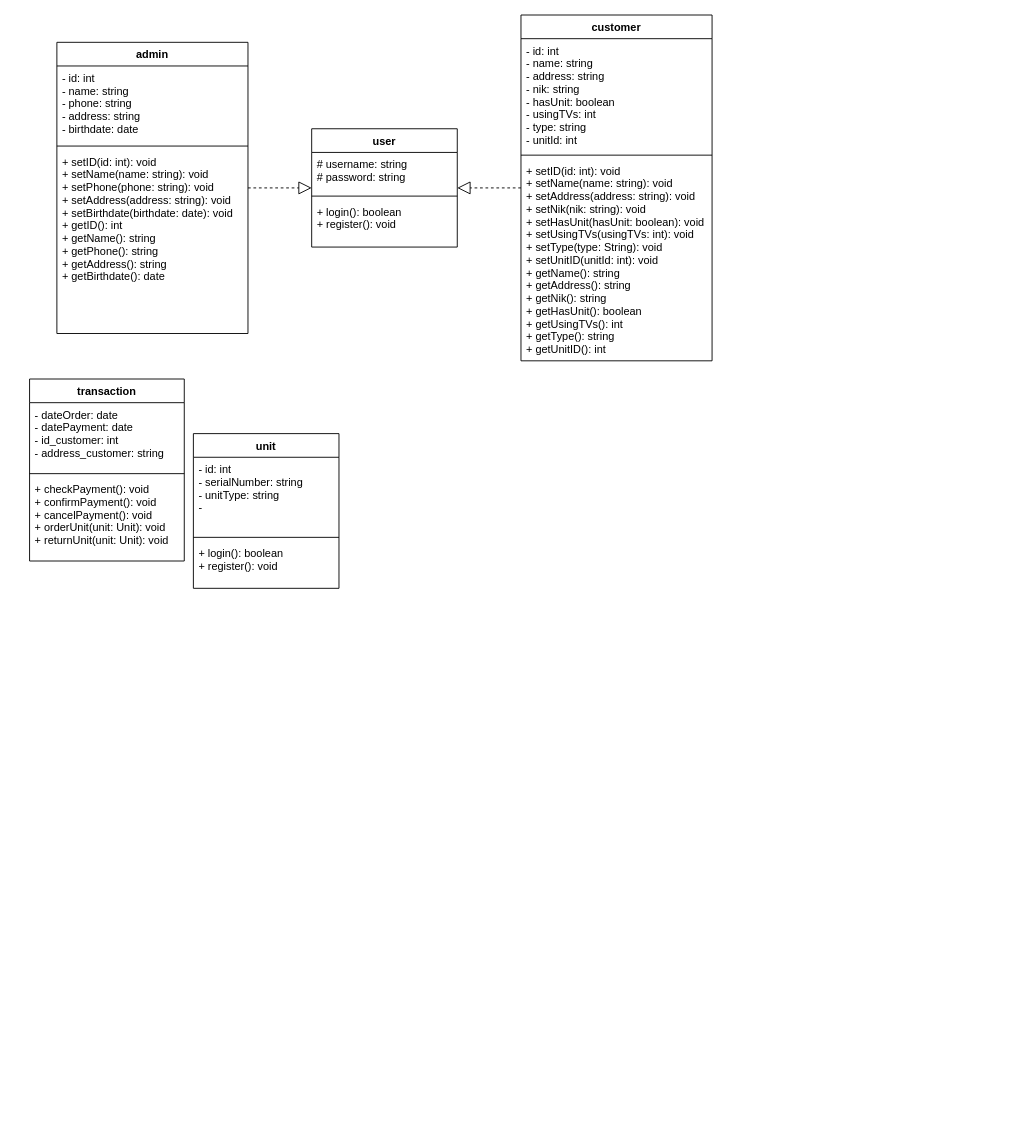
Before: page "Page-3" (2 of 2) of RPLGading.drawio in fazrigading/fazrigading, a draw.io diagram. Source tidied: cells renumbered, new cells numbered last; positions are measured from the earlier drawing's top-left corner, leaving out a move shared by most shapes. Both pictures are drawn from the tidied source at 91%, with x=0, y=0 at pixel (29, 15).
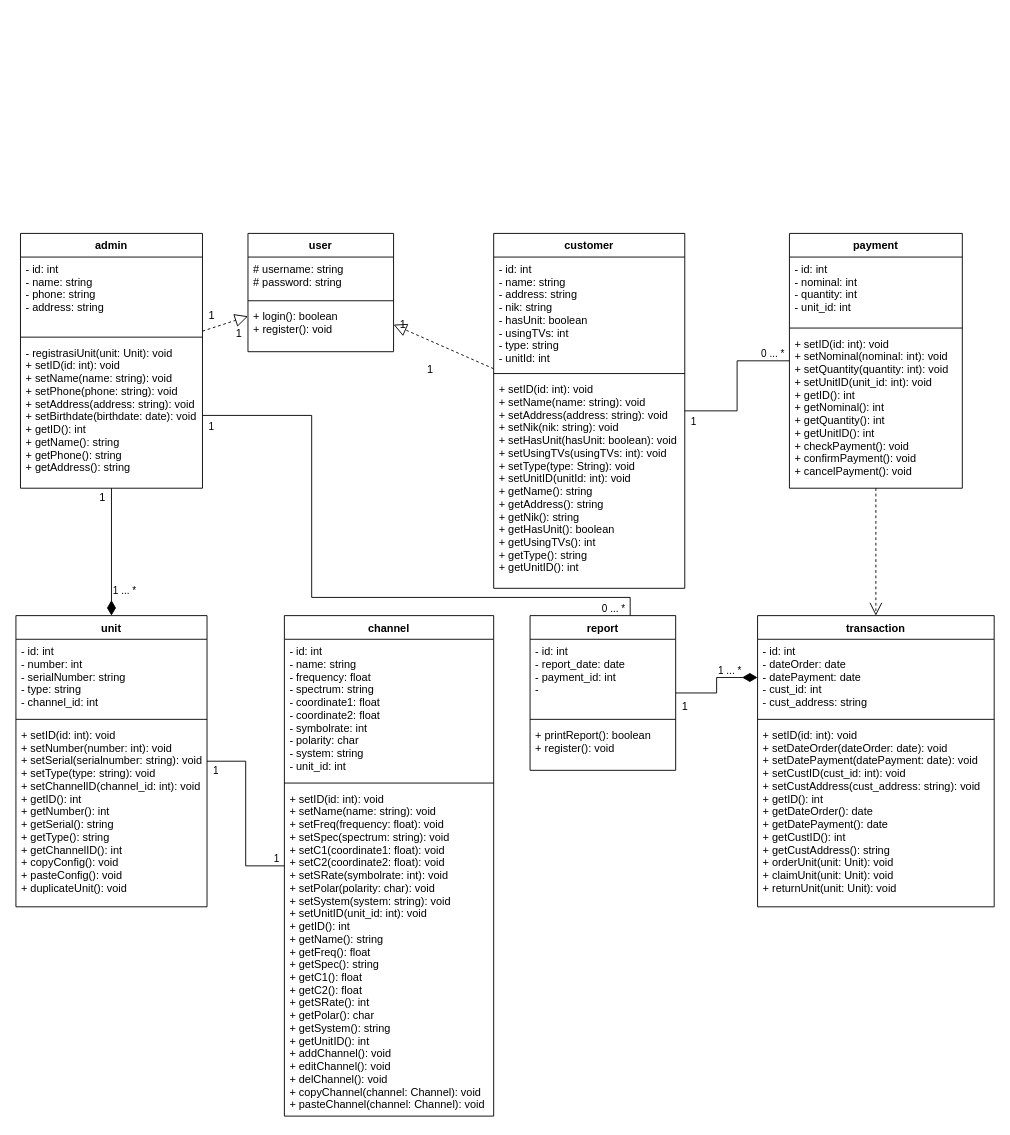
Above is the later version.

Diff of the diagram source:
```diff
@@
     <mxCell id="2" value="admin" style="swimlane;fontStyle=1;align=center;verticalAlign=top;horizontal=1;startSize=26;rounded=0;shadow=0;sketch=0;strokeColor=default;fillColor=default;gradientColor=none;" parent="1" vertex="1">
-      <mxGeometry x="30" y="30" width="210" height="320" as="geometry" />
+      <mxGeometry x="-10" y="240" width="200" height="280" as="geometry" />
     </mxCell>
-    <mxCell id="3" value="- id: int&#10;- name: string&#10;- phone: string&#10;- address: string&#10;- birthdate: date" style="text;strokeColor=none;fillColor=none;align=left;verticalAlign=top;spacingLeft=4;spacingRight=4;overflow=hidden;rounded=0;shadow=0;sketch=0;" parent="2" vertex="1">
-      <mxGeometry y="26" width="210" height="84" as="geometry" />
+    <mxCell id="3" value="- id: int&#10;- name: string&#10;- phone: string&#10;- address: string" style="text;strokeColor=none;fillColor=none;align=left;verticalAlign=top;spacingLeft=4;spacingRight=4;overflow=hidden;rounded=0;shadow=0;sketch=0;" parent="2" vertex="1">
+      <mxGeometry y="26" width="200" height="84" as="geometry" />
     </mxCell>
     <mxCell id="4" style="line;strokeWidth=1;fillColor=none;align=left;verticalAlign=middle;spacingTop=-1;spacingLeft=3;spacingRight=3;labelPosition=right;rounded=0;shadow=0;sketch=0;" parent="2" vertex="1">
-      <mxGeometry y="110" width="210" height="8" as="geometry" />
+      <mxGeometry y="110" width="200" height="8" as="geometry" />
     </mxCell>
-    <mxCell id="5" value="+ setID(id: int): void&#10;+ setName(name: string): void&#10;+ setPhone(phone: string): void&#10;+ setAddress(address: string): void&#10;+ setBirthdate(birthdate: date): void&#10;+ getID(): int&#10;+ getName(): string&#10;+ getPhone(): string&#10;+ getAddress(): string&#10;+ getBirthdate(): date" style="text;strokeColor=none;fillColor=none;align=left;verticalAlign=top;spacingLeft=4;spacingRight=4;overflow=hidden;rounded=0;shadow=0;sketch=0;" parent="2" vertex="1">
-      <mxGeometry y="118" width="210" height="202" as="geometry" />
+    <mxCell id="5" value="- registrasiUnit(unit: Unit): void&#10;+ setID(id: int): void&#10;+ setName(name: string): void&#10;+ setPhone(phone: string): void&#10;+ setAddress(address: string): void&#10;+ setBirthdate(birthdate: date): void&#10;+ getID(): int&#10;+ getName(): string&#10;+ getPhone(): string&#10;+ getAddress(): string" style="text;strokeColor=none;fillColor=none;align=left;verticalAlign=top;spacingLeft=4;spacingRight=4;overflow=hidden;rounded=0;shadow=0;sketch=0;" parent="2" vertex="1">
+      <mxGeometry y="118" width="200" height="162" as="geometry" />
     </mxCell>
     <mxCell id="6" value="customer" style="swimlane;fontStyle=1;align=center;verticalAlign=top;horizontal=1;startSize=26;rounded=0;shadow=0;sketch=0;strokeColor=default;fillColor=default;gradientColor=none;" parent="1" vertex="1">
-      <mxGeometry x="540" width="210" height="380" as="geometry" />
+      <mxGeometry x="510" y="240" width="210" height="390" as="geometry" />
     </mxCell>
@@
     <mxCell id="9" value="+ setID(id: int): void&#10;+ setName(name: string): void&#10;+ setAddress(address: string): void&#10;+ setNik(nik: string): void&#10;+ setHasUnit(hasUnit: boolean): void&#10;+ setUsingTVs(usingTVs: int): void&#10;+ setType(type: String): void&#10;+ setUnitID(unitId: int): void&#10;+ getName(): string&#10;+ getAddress(): string&#10;+ getNik(): string&#10;+ getHasUnit(): boolean&#10;+ getUsingTVs(): int&#10;+ getType(): string&#10;+ getUnitID(): int&#10;" style="text;strokeColor=none;fillColor=none;align=left;verticalAlign=top;spacingLeft=4;spacingRight=4;overflow=hidden;rounded=0;shadow=0;sketch=0;" parent="6" vertex="1">
-      <mxGeometry y="158" width="210" height="222" as="geometry" />
+      <mxGeometry y="158" width="210" height="232" as="geometry" />
     </mxCell>
     <mxCell id="10" value="transaction" style="swimlane;fontStyle=1;align=center;verticalAlign=top;horizontal=1;startSize=26;rounded=0;shadow=0;sketch=0;strokeColor=default;fillColor=default;gradientColor=none;" parent="1" vertex="1">
-      <mxGeometry y="400" width="170" height="200" as="geometry" />
+      <mxGeometry x="800" y="660" width="260" height="320" as="geometry" />
     </mxCell>
-    <mxCell id="11" value="- dateOrder: date&#10;- datePayment: date&#10;- id_customer: int&#10;- address_customer: string" style="text;strokeColor=none;fillColor=none;align=left;verticalAlign=top;spacingLeft=4;spacingRight=4;overflow=hidden;points=[[0,0.5],[1,0.5]];portConstraint=eastwest;rounded=0;shadow=0;sketch=0;" parent="10" vertex="1">
-      <mxGeometry y="26" width="170" height="74" as="geometry" />
+    <mxCell id="11" value="- id: int&#10;- dateOrder: date&#10;- datePayment: date&#10;- cust_id: int&#10;- cust_address: string" style="text;strokeColor=none;fillColor=none;align=left;verticalAlign=top;spacingLeft=4;spacingRight=4;overflow=hidden;points=[[0,0.5],[1,0.5]];portConstraint=eastwest;rounded=0;shadow=0;sketch=0;" parent="10" vertex="1">
+      <mxGeometry y="26" width="260" height="84" as="geometry" />
     </mxCell>
     <mxCell id="12" style="line;strokeWidth=1;fillColor=none;align=left;verticalAlign=middle;spacingTop=-1;spacingLeft=3;spacingRight=3;labelPosition=right;rounded=0;shadow=0;sketch=0;" parent="10" vertex="1">
-      <mxGeometry y="100" width="170" height="8" as="geometry" />
+      <mxGeometry y="110" width="260" height="8" as="geometry" />
     </mxCell>
-    <mxCell id="13" value="+ checkPayment(): void&#10;+ confirmPayment(): void&#10;+ cancelPayment(): void&#10;+ orderUnit(unit: Unit): void&#10;+ returnUnit(unit: Unit): void" style="text;strokeColor=none;fillColor=none;align=left;verticalAlign=top;spacingLeft=4;spacingRight=4;overflow=hidden;rounded=0;shadow=0;sketch=0;" parent="10" vertex="1">
-      <mxGeometry y="108" width="170" height="92" as="geometry" />
+    <mxCell id="13" value="+ setID(id: int): void&#10;+ setDateOrder(dateOrder: date): void&#10;+ setDatePayment(datePayment: date): void&#10;+ setCustID(cust_id: int): void&#10;+ setCustAddress(cust_address: string): void&#10;+ getID(): int&#10;+ getDateOrder(): date&#10;+ getDatePayment(): date&#10;+ getCustID(): int&#10;+ getCustAddress(): string&#10;+ orderUnit(unit: Unit): void&#10;+ claimUnit(unit: Unit): void&#10;+ returnUnit(unit: Unit): void" style="text;strokeColor=none;fillColor=none;align=left;verticalAlign=top;spacingLeft=4;spacingRight=4;overflow=hidden;rounded=0;shadow=0;sketch=0;" parent="10" vertex="1">
+      <mxGeometry y="118" width="260" height="202" as="geometry" />
     </mxCell>
     <mxCell id="14" value="user" style="swimlane;fontStyle=1;align=center;verticalAlign=top;horizontal=1;startSize=26;rounded=0;shadow=0;sketch=0;strokeColor=default;fillColor=default;gradientColor=none;" parent="1" vertex="1">
-      <mxGeometry x="310" y="125" width="160" height="130" as="geometry" />
+      <mxGeometry x="240" y="240" width="160" height="130" as="geometry" />
     </mxCell>
@@
     <mxCell id="18" value="unit" style="swimlane;fontStyle=1;align=center;verticalAlign=top;horizontal=1;startSize=26;rounded=0;shadow=0;sketch=0;strokeColor=default;fillColor=default;gradientColor=none;" parent="1" vertex="1">
-      <mxGeometry x="180" y="460" width="160" height="170" as="geometry" />
+      <mxGeometry x="-15" y="660" width="210" height="320" as="geometry" />
     </mxCell>
-    <mxCell id="19" value="- id: int&#10;- serialNumber: string&#10;- unitType: string&#10;- " style="text;strokeColor=none;fillColor=none;align=left;verticalAlign=top;spacingLeft=4;spacingRight=4;overflow=hidden;rounded=0;shadow=0;sketch=0;" parent="18" vertex="1">
-      <mxGeometry y="26" width="160" height="84" as="geometry" />
+    <mxCell id="19" value="- id: int&#10;- number: int&#10;- serialNumber: string&#10;- type: string&#10;- channel_id: int" style="text;strokeColor=none;fillColor=none;align=left;verticalAlign=top;spacingLeft=4;spacingRight=4;overflow=hidden;rounded=0;shadow=0;sketch=0;" parent="18" vertex="1">
+      <mxGeometry y="26" width="210" height="84" as="geometry" />
     </mxCell>
     <mxCell id="20" style="line;strokeWidth=1;fillColor=none;align=left;verticalAlign=middle;spacingTop=-1;spacingLeft=3;spacingRight=3;labelPosition=right;rounded=0;shadow=0;sketch=0;" parent="18" vertex="1">
-      <mxGeometry y="110" width="160" height="8" as="geometry" />
+      <mxGeometry y="110" width="210" height="8" as="geometry" />
     </mxCell>
-    <mxCell id="21" value="+ login(): boolean&#10;+ register(): void" style="text;strokeColor=none;fillColor=none;align=left;verticalAlign=top;spacingLeft=4;spacingRight=4;overflow=hidden;rounded=0;shadow=0;sketch=0;" parent="18" vertex="1">
-      <mxGeometry y="118" width="160" height="52" as="geometry" />
+    <mxCell id="21" value="+ setID(id: int): void&#10;+ setNumber(number: int): void&#10;+ setSerial(serialnumber: string): void&#10;+ setType(type: string): void&#10;+ setChannelID(channel_id: int): void&#10;+ getID(): int&#10;+ getNumber(): int&#10;+ getSerial(): string&#10;+ getType(): string&#10;+ getChannelID(): int&#10;+ copyConfig(): void&#10;+ pasteConfig(): void&#10;+ duplicateUnit(): void&#10;" style="text;strokeColor=none;fillColor=none;align=left;verticalAlign=top;spacingLeft=4;spacingRight=4;overflow=hidden;rounded=0;shadow=0;sketch=0;" parent="18" vertex="1">
+      <mxGeometry y="118" width="210" height="202" as="geometry" />
     </mxCell>
@@
+    <mxCell id="24" value="channel&#10;" style="swimlane;fontStyle=1;align=center;verticalAlign=top;horizontal=1;startSize=26;rounded=0;shadow=0;sketch=0;strokeColor=default;fillColor=default;gradientColor=none;" parent="1" vertex="1">
+      <mxGeometry x="280" y="660" width="230" height="550" as="geometry" />
+    </mxCell>
+    <mxCell id="25" value="- id: int&#10;- name: string&#10;- frequency: float&#10;- spectrum: string&#10;- coordinate1: float&#10;- coordinate2: float&#10;- symbolrate: int&#10;- polarity: char&#10;- system: string&#10;- unit_id: int" style="text;strokeColor=none;fillColor=none;align=left;verticalAlign=top;spacingLeft=4;spacingRight=4;overflow=hidden;rounded=0;shadow=0;sketch=0;" parent="24" vertex="1">
+      <mxGeometry y="26" width="230" height="154" as="geometry" />
+    </mxCell>
+    <mxCell id="26" style="line;strokeWidth=1;fillColor=none;align=left;verticalAlign=middle;spacingTop=-1;spacingLeft=3;spacingRight=3;labelPosition=right;rounded=0;shadow=0;sketch=0;" parent="24" vertex="1">
+      <mxGeometry y="180" width="230" height="8" as="geometry" />
+    </mxCell>
+    <mxCell id="27" value="+ setID(id: int): void&#10;+ setName(name: string): void&#10;+ setFreq(frequency: float): void&#10;+ setSpec(spectrum: string): void&#10;+ setC1(coordinate1: float): void&#10;+ setC2(coordinate2: float): void&#10;+ setSRate(symbolrate: int): void&#10;+ setPolar(polarity: char): void&#10;+ setSystem(system: string): void&#10;+ setUnitID(unit_id: int): void&#10;+ getID(): int&#10;+ getName(): string&#10;+ getFreq(): float&#10;+ getSpec(): string&#10;+ getC1(): float&#10;+ getC2(): float&#10;+ getSRate(): int&#10;+ getPolar(): char&#10;+ getSystem(): string&#10;+ getUnitID(): int&#10;+ addChannel(): void&#10;+ editChannel(): void&#10;+ delChannel(): void&#10;+ copyChannel(channel: Channel): void&#10;+ pasteChannel(channel: Channel): void&#10;" style="text;strokeColor=none;fillColor=none;align=left;verticalAlign=top;spacingLeft=4;spacingRight=4;overflow=hidden;rounded=0;shadow=0;sketch=0;" parent="24" vertex="1">
+      <mxGeometry y="188" width="230" height="362" as="geometry" />
+    </mxCell>
+    <mxCell id="28" value="payment" style="swimlane;fontStyle=1;align=center;verticalAlign=top;horizontal=1;startSize=26;rounded=0;shadow=0;sketch=0;strokeColor=default;fillColor=default;gradientColor=none;" parent="1" vertex="1">
+      <mxGeometry x="835" y="240" width="190" height="280" as="geometry" />
+    </mxCell>
+    <mxCell id="29" value="- id: int&#10;- nominal: int&#10;- quantity: int&#10;- unit_id: int " style="text;strokeColor=none;fillColor=none;align=left;verticalAlign=top;spacingLeft=4;spacingRight=4;overflow=hidden;rounded=0;shadow=0;sketch=0;" parent="28" vertex="1">
+      <mxGeometry y="26" width="190" height="74" as="geometry" />
+    </mxCell>
+    <mxCell id="30" style="line;strokeWidth=1;fillColor=none;align=left;verticalAlign=middle;spacingTop=-1;spacingLeft=3;spacingRight=3;labelPosition=right;rounded=0;shadow=0;sketch=0;" parent="28" vertex="1">
+      <mxGeometry y="100" width="190" height="8" as="geometry" />
+    </mxCell>
+    <mxCell id="31" value="+ setID(id: int): void&#10;+ setNominal(nominal: int): void&#10;+ setQuantity(quantity: int): void&#10;+ setUnitID(unit_id: int): void&#10;+ getID(): int&#10;+ getNominal(): int&#10;+ getQuantity(): int&#10;+ getUnitID(): int&#10;+ checkPayment(): void&#10;+ confirmPayment(): void&#10;+ cancelPayment(): void" style="text;strokeColor=none;fillColor=none;align=left;verticalAlign=top;spacingLeft=4;spacingRight=4;overflow=hidden;rounded=0;shadow=0;sketch=0;" parent="28" vertex="1">
+      <mxGeometry y="108" width="190" height="172" as="geometry" />
+    </mxCell>
+    <mxCell id="32" style="endArrow=open;endSize=12;dashed=1;html=1;rounded=0;" parent="1" edge="1" source="28" target="10">
+      <mxGeometry relative="1" as="geometry" />
+    </mxCell>
+    <mxCell id="33" style="endArrow=none;html=1;edgeStyle=orthogonalEdgeStyle;rounded=0;" parent="1" edge="1" source="18" target="24">
+      <mxGeometry relative="1" as="geometry" />
+    </mxCell>
+    <mxCell id="34" value="1" style="edgeLabel;html=1;align=left;verticalAlign=bottom;" parent="33" vertex="1">
+      <mxGeometry x="-1" relative="1" as="geometry">
+        <mxPoint x="5" y="18" as="offset" />
+      </mxGeometry>
+    </mxCell>
+    <mxCell id="35" value="1" style="edgeLabel;html=1;align=right;verticalAlign=bottom;" parent="33" vertex="1">
+      <mxGeometry x="1" relative="1" as="geometry">
+        <mxPoint x="-5" as="offset" />
+      </mxGeometry>
+    </mxCell>
+    <mxCell id="36" style="endArrow=none;html=1;edgeStyle=orthogonalEdgeStyle;rounded=0;" parent="1" edge="1" source="6" target="28">
+      <mxGeometry relative="1" as="geometry" />
+    </mxCell>
+    <mxCell id="37" value="1" style="edgeLabel;html=1;align=left;verticalAlign=bottom;" parent="36" vertex="1">
+      <mxGeometry x="-1" relative="1" as="geometry">
+        <mxPoint x="5" y="20" as="offset" />
+      </mxGeometry>
+    </mxCell>
+    <mxCell id="38" value="0 ... *" style="edgeLabel;html=1;align=right;verticalAlign=bottom;" parent="36" vertex="1">
+      <mxGeometry x="1" relative="1" as="geometry">
+        <mxPoint x="-5" as="offset" />
+      </mxGeometry>
+    </mxCell>
+    <mxCell id="39" value="1 ... *" style="endArrow=none;html=1;endSize=12;startArrow=diamondThin;startSize=14;startFill=1;edgeStyle=orthogonalEdgeStyle;align=left;verticalAlign=bottom;rounded=0;exitX=0.5;exitY=0;exitDx=0;exitDy=0;endFill=0;" parent="1" edge="1" source="18" target="2">
+      <mxGeometry x="-0.74" relative="1" as="geometry" />
+    </mxCell>
+    <mxCell id="40" value="1" style="text;html=1;align=center;verticalAlign=middle;strokeColor=none;fillColor=none;" parent="1" vertex="1">
+      <mxGeometry x="70" y="520" width="20" height="20" as="geometry" />
+    </mxCell>
+    <mxCell id="41" value="1" style="text;html=1;align=center;verticalAlign=middle;strokeColor=none;fillColor=none;" parent="1" vertex="1">
+      <mxGeometry x="190" y="320" width="20" height="20" as="geometry" />
+    </mxCell>
+    <mxCell id="42" value="1" style="text;html=1;align=center;verticalAlign=middle;strokeColor=none;fillColor=none;" parent="1" vertex="1">
+      <mxGeometry x="220" y="340" width="20" height="20" as="geometry" />
+    </mxCell>
+    <mxCell id="43" value="1" style="text;html=1;align=center;verticalAlign=middle;strokeColor=none;fillColor=none;" parent="1" vertex="1">
+      <mxGeometry x="400" y="330" width="20" height="20" as="geometry" />
+    </mxCell>
+    <mxCell id="44" value="1" style="text;html=1;align=center;verticalAlign=middle;strokeColor=none;fillColor=none;" parent="1" vertex="1">
+      <mxGeometry x="430" y="380" width="20" height="20" as="geometry" />
+    </mxCell>
+    <mxCell id="45" value="report" style="swimlane;fontStyle=1;align=center;verticalAlign=top;horizontal=1;startSize=26;rounded=0;shadow=0;sketch=0;strokeColor=default;fillColor=default;gradientColor=none;" parent="1" vertex="1">
+      <mxGeometry x="550" y="660" width="160" height="170" as="geometry" />
+    </mxCell>
+    <mxCell id="46" value="- id: int&#10;- report_date: date&#10;- payment_id: int&#10;- " style="text;strokeColor=none;fillColor=none;align=left;verticalAlign=top;spacingLeft=4;spacingRight=4;overflow=hidden;rounded=0;shadow=0;sketch=0;" parent="45" vertex="1">
+      <mxGeometry y="26" width="160" height="84" as="geometry" />
+    </mxCell>
+    <mxCell id="47" style="line;strokeWidth=1;fillColor=none;align=left;verticalAlign=middle;spacingTop=-1;spacingLeft=3;spacingRight=3;labelPosition=right;rounded=0;shadow=0;sketch=0;" parent="45" vertex="1">
+      <mxGeometry y="110" width="160" height="8" as="geometry" />
+    </mxCell>
+    <mxCell id="48" value="+ printReport(): boolean&#10;+ register(): void" style="text;strokeColor=none;fillColor=none;align=left;verticalAlign=top;spacingLeft=4;spacingRight=4;overflow=hidden;rounded=0;shadow=0;sketch=0;" parent="45" vertex="1">
+      <mxGeometry y="118" width="160" height="52" as="geometry" />
+    </mxCell>
+    <mxCell id="49" value="1 ... *" style="endArrow=none;html=1;endSize=12;startArrow=diamondThin;startSize=14;startFill=1;edgeStyle=orthogonalEdgeStyle;align=left;verticalAlign=bottom;rounded=0;endFill=0;" parent="1" edge="1" source="11" target="45">
+      <mxGeometry x="-0.12" relative="1" as="geometry" />
+    </mxCell>
+    <mxCell id="50" value="1" style="text;html=1;align=center;verticalAlign=middle;strokeColor=none;fillColor=none;" parent="1" vertex="1">
+      <mxGeometry x="710" y="750" width="20" height="20" as="geometry" />
+    </mxCell>
+    <mxCell id="51" style="endArrow=none;html=1;edgeStyle=orthogonalEdgeStyle;rounded=0;" parent="1" edge="1" source="2" target="45">
+      <mxGeometry relative="1" as="geometry">
+        <Array as="points">
+          <mxPoint x="310" y="440" />
+          <mxPoint x="310" y="640" />
+          <mxPoint x="660" y="640" />
+        </Array>
+      </mxGeometry>
+    </mxCell>
+    <mxCell id="52" value="1" style="edgeLabel;html=1;align=left;verticalAlign=bottom;" parent="51" vertex="1">
+      <mxGeometry x="-1" relative="1" as="geometry">
+        <mxPoint x="5" y="20" as="offset" />
+      </mxGeometry>
+    </mxCell>
+    <mxCell id="53" value="0 ... *" style="edgeLabel;html=1;align=right;verticalAlign=bottom;" parent="51" vertex="1">
+      <mxGeometry x="1" relative="1" as="geometry">
+        <mxPoint x="-5" as="offset" />
+      </mxGeometry>
+    </mxCell>
```
